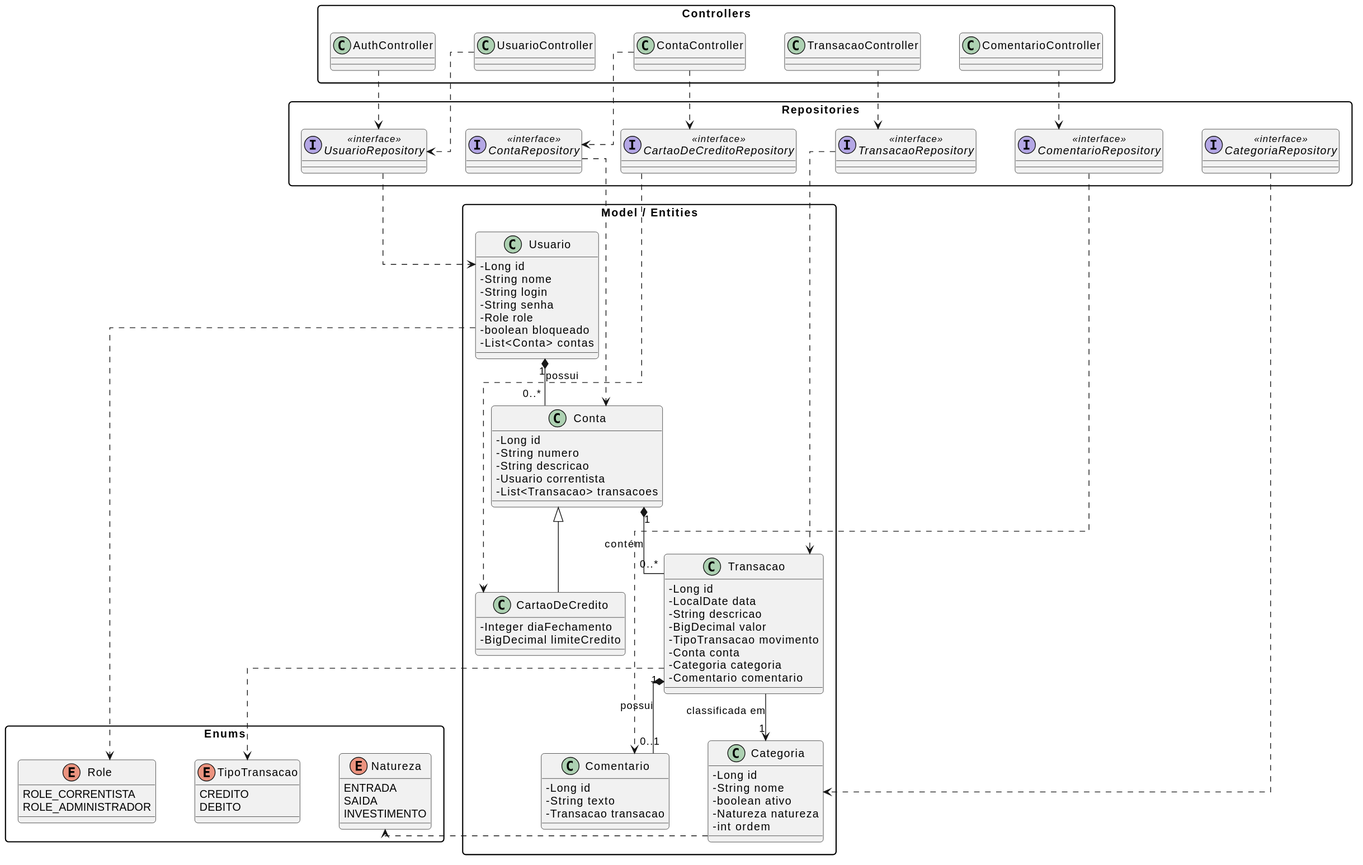
This is docs/classDiagram/Dindin.svg from MelquisedequeVital/Dindin, a PlantUML export, as it was before one commit.
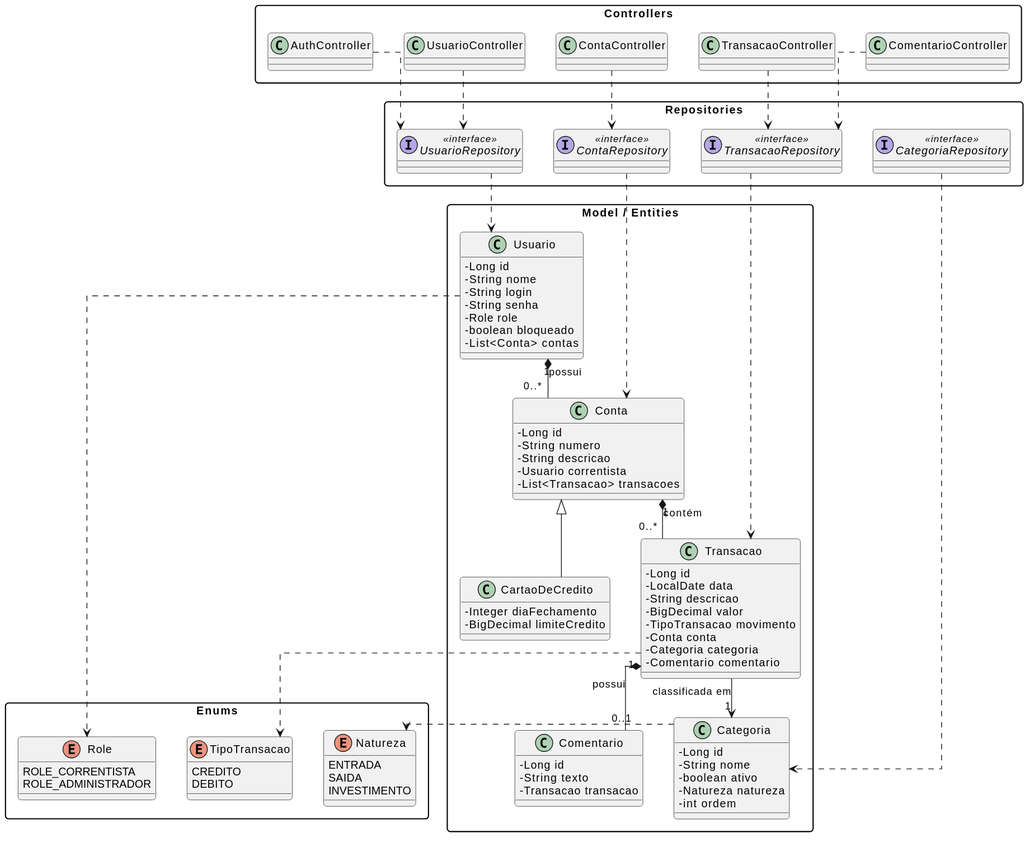
The same diagram one commit later.

What changed in the source:
```diff
@@ -4,8 +4,8 @@
 skinparam packageStyle rectangle
 skinparam roundcorner 8
 skinparam linetype ortho
-skinparam nodesep 50
-skinparam ranksep 60
+skinparam nodesep 40
+skinparam ranksep 50
 
 package "Enums" {
     enum Role {
@@ -36,9 +36,7 @@
 package "Repositories" {
     interface UsuarioRepository <<interface>>
     interface ContaRepository <<interface>>
-    interface CartaoDeCreditoRepository <<interface>>
     interface TransacaoRepository <<interface>>
-    interface ComentarioRepository <<interface>>
     interface CategoriaRepository <<interface>>
 }
 
@@ -96,7 +94,6 @@
 Conta <|-- CartaoDeCredito
 
 Usuario "1" *-- "0..*" Conta : possui
-Usuario -[hidden]right- Role
 Usuario .right.> Role
 
 Conta "1" *-- "0..*" Transacao : contém
@@ -108,14 +105,11 @@
 AuthController ..> UsuarioRepository
 UsuarioController ..> UsuarioRepository
 ContaController ..> ContaRepository
-ContaController ..> CartaoDeCreditoRepository
 TransacaoController ..> TransacaoRepository
-ComentarioController ..> ComentarioRepository
+ComentarioController ..> TransacaoRepository
 
 UsuarioRepository ..> Usuario
 ContaRepository ..> Conta
-CartaoDeCreditoRepository ..> CartaoDeCredito
 TransacaoRepository ..> Transacao
-ComentarioRepository ..> Comentario
 CategoriaRepository ..> Categoria
 @enduml
```
